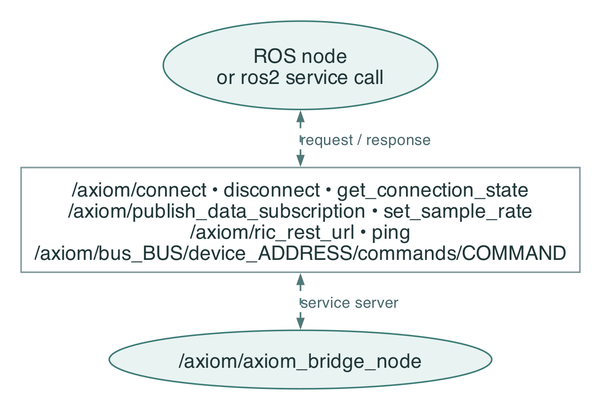
Earlier version of the Graphviz export docs/ros-graphs/ros2-services-graph.png (robotical/axiom-ros2). Its source is kept beside it as docs/ros-graphs/ros2-services-graph.dot.
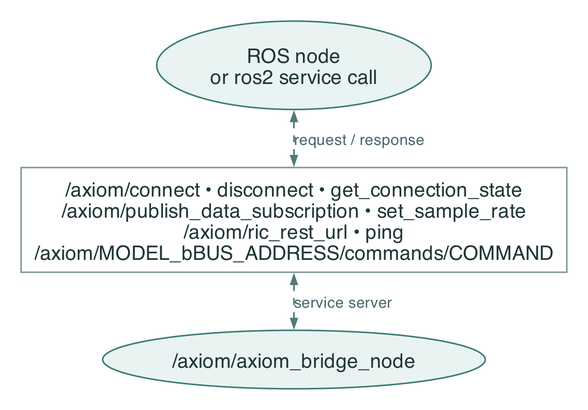
Above is the later version.

The edit, as a diff of the source:
```diff
@@ -5,7 +5,7 @@
   edge [fontname="Helvetica", fontsize=13, color="#517979", fontcolor="#49676d", penwidth=1.4, arrowsize=0.75];
 
   client [shape=ellipse, fillcolor="#e9f3f2", color="#3b7b75", label="ROS node\nor ros2 service call"];
-  services [label="/axiom/connect • disconnect • get_connection_state\n/axiom/publish_data_subscription • set_sample_rate\n/axiom/ric_rest_url • ping\n/axiom/bus_BUS/device_ADDRESS/commands/COMMAND"];
+  services [label="/axiom/connect • disconnect • get_connection_state\n/axiom/publish_data_subscription • set_sample_rate\n/axiom/ric_rest_url • ping\n/axiom/MODEL_bBUS_ADDRESS/commands/COMMAND"];
   driver [shape=ellipse, fillcolor="#e9f3f2", color="#3b7b75", label="/axiom/axiom_bridge_node"];
   client -> services [dir=both, style=dashed, label="request / response"];
   services -> driver [dir=both, style=dashed, label="service server"];
```
